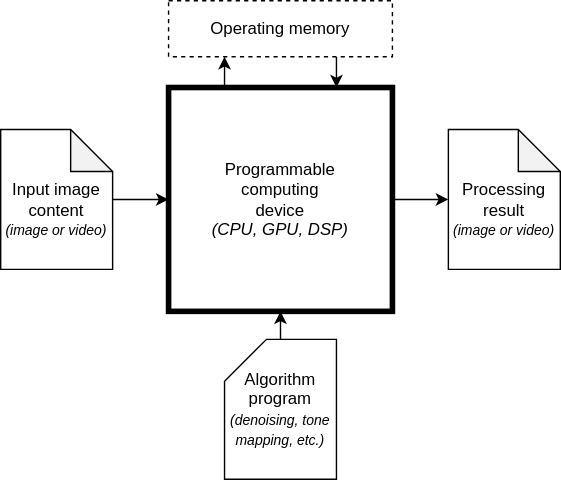
Before: diagrams/Intro.drawio.svg, a diagram exported from draw.io (lnstadrum/mva). Source tidied: cells renumbered, new cells last; positions are measured from the earlier drawing's top-left corner, leaving out a move shared by most shapes.
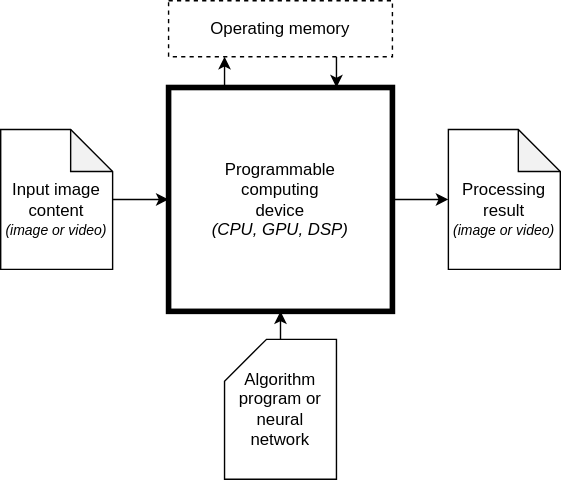
The same file after the commit.

Commit message:
Introducing a few slides about DSPs

What changed in the source:
```diff
@@ -29,7 +29,7 @@
     <mxCell id="10" style="edgeStyle=orthogonalEdgeStyle;rounded=0;jettySize=auto;html=1;exitX=0.5;exitY=0;exitDx=0;exitDy=0;exitPerimeter=0;" parent="1" edge="1" source="11" target="6">
       <mxGeometry relative="1" as="geometry" />
     </mxCell>
-    <mxCell id="11" value="&lt;div&gt;Algorithm program&lt;/div&gt;&lt;div&gt;&lt;font size=&quot;1&quot;&gt;&lt;i style=&quot;&quot;&gt;(denoising, tone mapping, etc.)&lt;/i&gt;&lt;/font&gt;&lt;br&gt;&lt;/div&gt;" style="shape=card;whiteSpace=wrap;html=1;strokeWidth=1;" parent="1" vertex="1">
+    <mxCell id="11" value="&lt;div&gt;Algorithm program or neural network&lt;/div&gt;" style="shape=card;whiteSpace=wrap;html=1;strokeWidth=1;" parent="1" vertex="1">
       <mxGeometry x="160" y="242" width="80" height="100" as="geometry" />
     </mxCell>
   </root>
```
